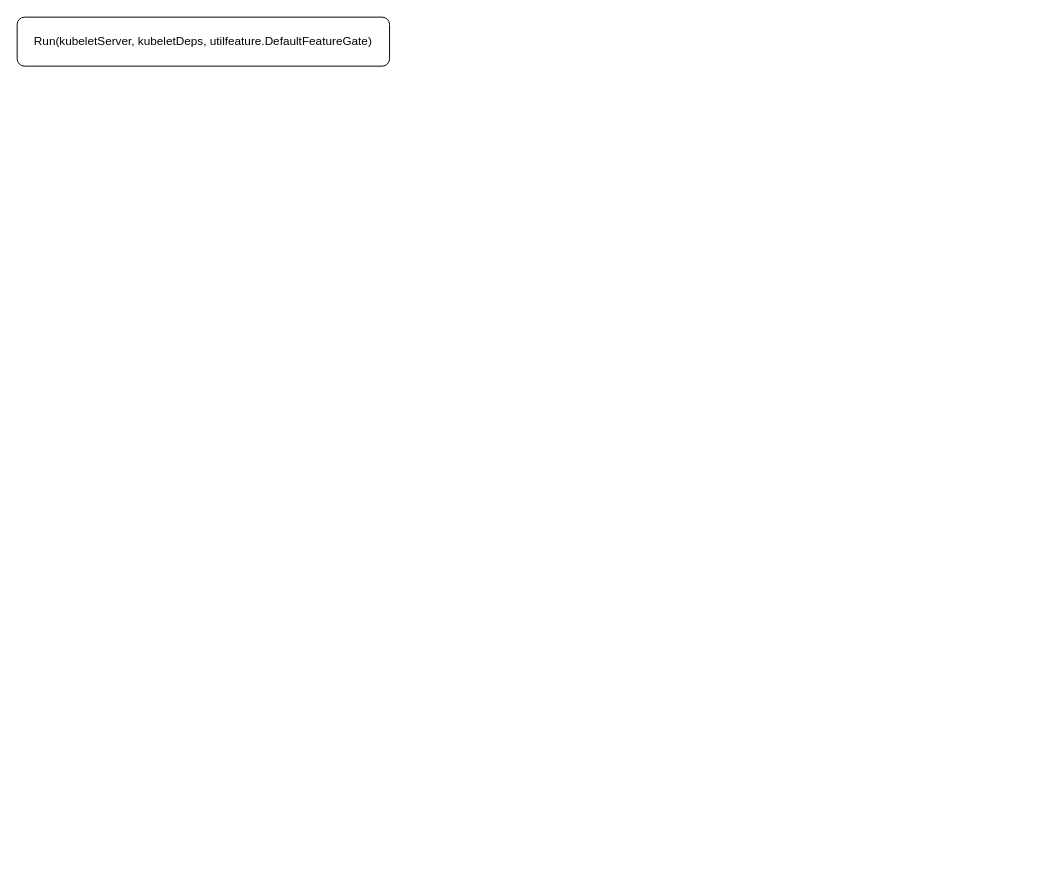
bjqhfd/draw keeps this draw.io diagram as kubernetes/kubelet.drawio. Above is the earlier version. Source tidied: cells renumbered, new cells numbered last; positions are measured from the earlier drawing's top-left corner, leaving out a move shared by most shapes. Both pictures are drawn from the tidied source at 98%, with x=0, y=0 at pixel (17, 17).
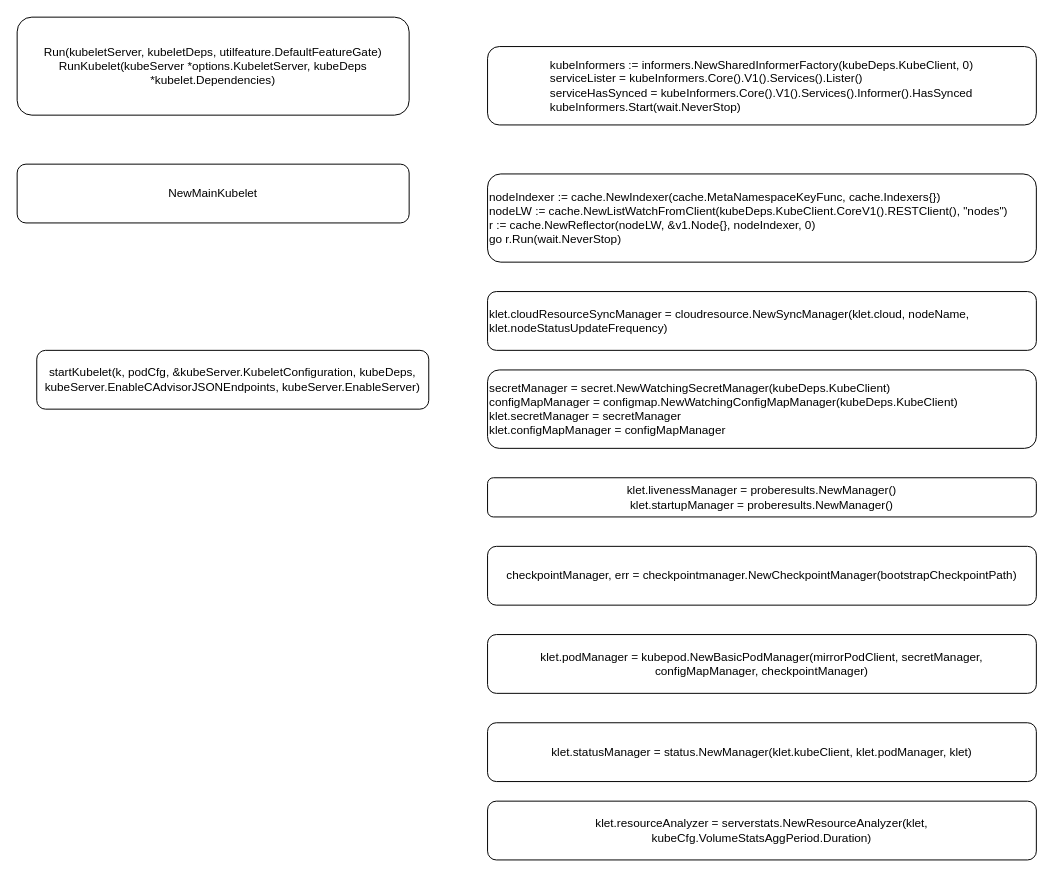
After the change.

What changed in the source:
```diff
@@
 <mxGraphModel>
   <root>
     <mxCell id="0" />
     <mxCell id="1" parent="0" />
-    <mxCell id="2" value="Run(kubeletServer, kubeletDeps, utilfeature.DefaultFeatureGate)" style="rounded=1;whiteSpace=wrap;html=1;" parent="1" vertex="1">
-      <mxGeometry width="380" height="50" as="geometry" />
+    <mxCell id="2" value="Run(kubeletServer, kubeletDeps, utilfeature.DefaultFeatureGate)&lt;br&gt;RunKubelet(kubeServer *options.KubeletServer, kubeDeps *kubelet.Dependencies)" style="rounded=1;whiteSpace=wrap;html=1;" parent="1" vertex="1">
+      <mxGeometry width="400" height="100" as="geometry" />
     </mxCell>
+    <mxCell id="3" value="&lt;div&gt;startKubelet(k, podCfg, &amp;amp;kubeServer.KubeletConfiguration, kubeDeps, kubeServer.EnableCAdvisorJSONEndpoints, kubeServer.EnableServer)&lt;/div&gt;" style="rounded=1;whiteSpace=wrap;html=1;" parent="1" vertex="1">
+      <mxGeometry x="20" y="340" width="400" height="60" as="geometry" />
+    </mxCell>
+    <mxCell id="4" value="NewMainKubelet" style="rounded=1;whiteSpace=wrap;html=1;" parent="1" vertex="1">
+      <mxGeometry y="150" width="400" height="60" as="geometry" />
+    </mxCell>
+    <mxCell id="5" value="&lt;div style=&quot;text-align: left&quot;&gt;&lt;span&gt;  &lt;/span&gt;kubeInformers := informers.NewSharedInformerFactory(kubeDeps.KubeClient, 0)&lt;/div&gt;&lt;div style=&quot;text-align: left&quot;&gt;&lt;span&gt;  &lt;/span&gt;serviceLister = kubeInformers.Core().V1().Services().Lister()&lt;/div&gt;&lt;div style=&quot;text-align: left&quot;&gt;&lt;span&gt;  &lt;/span&gt;serviceHasSynced = kubeInformers.Core().V1().Services().Informer().HasSynced&lt;/div&gt;&lt;div style=&quot;text-align: left&quot;&gt;&lt;span&gt;  &lt;/span&gt;kubeInformers.Start(wait.NeverStop)&lt;/div&gt;" style="rounded=1;whiteSpace=wrap;html=1;" parent="1" vertex="1">
+      <mxGeometry x="480" y="30" width="560" height="80" as="geometry" />
+    </mxCell>
+    <mxCell id="6" value="nodeIndexer := cache.NewIndexer(cache.MetaNamespaceKeyFunc, cache.Indexers{})&lt;br&gt;nodeLW := cache.NewListWatchFromClient(kubeDeps.KubeClient.CoreV1().RESTClient(), &quot;nodes&quot;)&lt;br&gt;r := cache.NewReflector(nodeLW, &amp;amp;v1.Node{}, nodeIndexer, 0)&lt;br&gt;go r.Run(wait.NeverStop)" style="rounded=1;whiteSpace=wrap;html=1;align=left;" parent="1" vertex="1">
+      <mxGeometry x="480" y="160" width="560" height="90" as="geometry" />
+    </mxCell>
+    <mxCell id="7" value="klet.cloudResourceSyncManager = cloudresource.NewSyncManager(klet.cloud, nodeName, klet.nodeStatusUpdateFrequency)" style="rounded=1;whiteSpace=wrap;html=1;align=left;" parent="1" vertex="1">
+      <mxGeometry x="480" y="280" width="560" height="60" as="geometry" />
+    </mxCell>
+    <mxCell id="8" value="secretManager = secret.NewWatchingSecretManager(kubeDeps.KubeClient)&lt;br&gt;configMapManager = configmap.NewWatchingConfigMapManager(kubeDeps.KubeClient)&lt;br&gt;&lt;div&gt;&lt;span&gt; &lt;/span&gt;klet.secretManager = secretManager&lt;/div&gt;&lt;div&gt;&lt;span&gt; &lt;/span&gt;klet.configMapManager = configMapManager&lt;/div&gt;" style="rounded=1;whiteSpace=wrap;html=1;align=left;" parent="1" vertex="1">
+      <mxGeometry x="480" y="360" width="560" height="80" as="geometry" />
+    </mxCell>
+    <mxCell id="9" value="&lt;div&gt;&lt;span&gt; &lt;/span&gt;klet.livenessManager = proberesults.NewManager()&lt;/div&gt;&lt;div&gt;&lt;span&gt; &lt;/span&gt;klet.startupManager = proberesults.NewManager()&lt;/div&gt;" style="rounded=1;whiteSpace=wrap;html=1;" parent="1" vertex="1">
+      <mxGeometry x="480" y="470" width="560" height="40" as="geometry" />
+    </mxCell>
+    <mxCell id="10" value="&lt;div&gt;checkpointManager, err = checkpointmanager.NewCheckpointManager(bootstrapCheckpointPath)&lt;/div&gt;" style="rounded=1;whiteSpace=wrap;html=1;" parent="1" vertex="1">
+      <mxGeometry x="480" y="540" width="560" height="60" as="geometry" />
+    </mxCell>
+    <mxCell id="11" value="klet.podManager = kubepod.NewBasicPodManager(mirrorPodClient, secretManager, configMapManager, checkpointManager)" style="rounded=1;whiteSpace=wrap;html=1;" parent="1" vertex="1">
+      <mxGeometry x="480" y="630" width="560" height="60" as="geometry" />
+    </mxCell>
+    <mxCell id="12" value="klet.statusManager = status.NewManager(klet.kubeClient, klet.podManager, klet)" style="rounded=1;whiteSpace=wrap;html=1;" parent="1" vertex="1">
+      <mxGeometry x="480" y="720" width="560" height="60" as="geometry" />
+    </mxCell>
+    <mxCell id="13" value="klet.resourceAnalyzer = serverstats.NewResourceAnalyzer(klet, kubeCfg.VolumeStatsAggPeriod.Duration)" style="rounded=1;whiteSpace=wrap;html=1;" parent="1" vertex="1">
+      <mxGeometry x="480" y="800" width="560" height="60" as="geometry" />
+    </mxCell>
   </root>
 </mxGraphModel>
```
